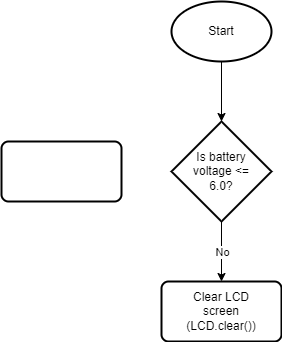
Before: Final submission/BatteryLevelControlFlow.png, a diagram exported from draw.io (XLmT09/Bunny-Robot). Source tidied: cells renumbered, new cells last; positions are measured from the earlier drawing's top-left corner, leaving out a move shared by most shapes.
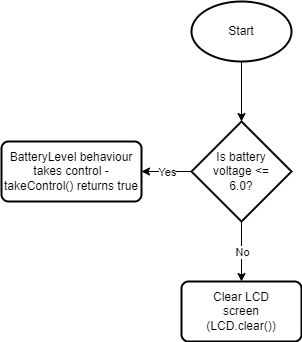
Above is the later version.

Diff of the diagram source:
```diff
@@ -35,8 +35,20 @@
     <mxCell id="12" value="No" style="edgeLabel;html=1;align=center;verticalAlign=middle;hachureGap=4;" parent="11" vertex="1">
       <mxGeometry relative="1" as="geometry" />
     </mxCell>
+    <mxCell id="14" style="group;" parent="1" vertex="1">
+      <mxGeometry x="-20" y="140" width="140" height="60" as="geometry" />
+    </mxCell>
-    <mxCell id="13" style="rounded=1;whiteSpace=wrap;html=1;absoluteArcSize=1;arcSize=14;strokeWidth=2;hachureGap=4;" parent="1" vertex="1">
-      <mxGeometry y="140" width="120" height="60" as="geometry" />
+    <mxCell id="13" style="rounded=1;whiteSpace=wrap;html=1;absoluteArcSize=1;arcSize=14;strokeWidth=2;hachureGap=4;" parent="14" vertex="1">
+      <mxGeometry width="140" height="60" as="geometry" />
     </mxCell>
+    <mxCell id="15" value="BatteryLevel behaviour takes control - takeControl() returns true" style="text;html=1;strokeColor=none;fillColor=none;align=center;verticalAlign=middle;whiteSpace=wrap;rounded=0;hachureGap=4;" parent="14" vertex="1">
+      <mxGeometry y="15" width="140" height="30" as="geometry" />
+    </mxCell>
+    <mxCell id="16" style="endArrow=classic;html=1;rounded=0;sourcePerimeterSpacing=8;targetPerimeterSpacing=8;curved=1;entryX=1;entryY=0.5;entryDx=0;entryDy=0;exitX=0;exitY=0.5;exitDx=0;exitDy=0;exitPerimeter=0;" parent="1" edge="1" source="6" target="15">
+      <mxGeometry relative="1" as="geometry" />
+    </mxCell>
+    <mxCell id="17" value="Yes" style="edgeLabel;html=1;align=center;verticalAlign=middle;hachureGap=4;" parent="16" vertex="1">
+      <mxGeometry relative="1" as="geometry" />
+    </mxCell>
   </root>
 </mxGraphModel>
```
